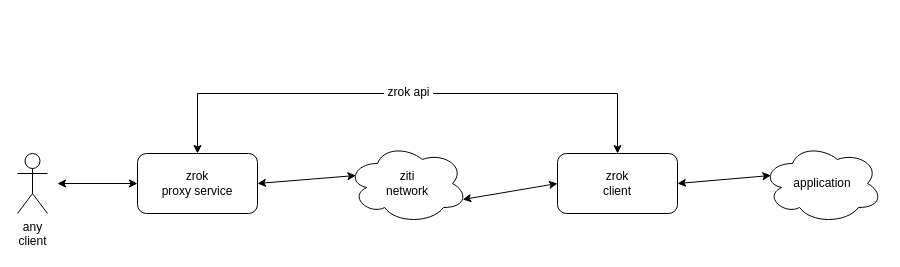
openziti/zrok keeps this draw.io diagram as docs/images/zrok.drawio. Above is the earlier version. Source tidied: cells renumbered, new cells numbered last; positions are measured from the earlier drawing's top-left corner, leaving out a move shared by most shapes. Both pictures are drawn from the tidied source at 100%, with x=0, y=0 at pixel (17, 93).
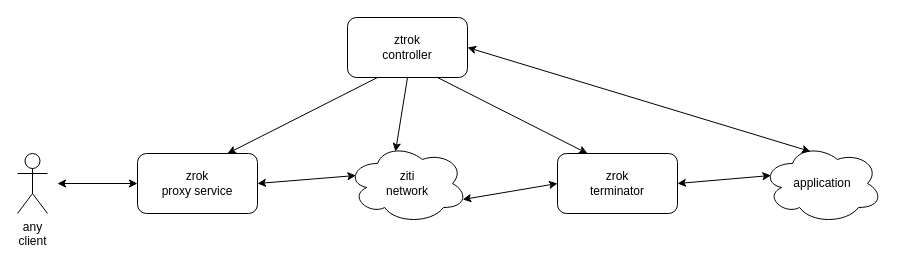
After the change.

Change to the diagram source:
```diff
@@
 <mxGraphModel>
   <root>
     <mxCell id="0" />
     <mxCell id="1" parent="0" />
     <mxCell id="2" value="ziti&lt;br&gt;network" style="ellipse;shape=cloud;whiteSpace=wrap;html=1;" parent="1" vertex="1">
       <mxGeometry x="330" y="50" width="120" height="80" as="geometry" />
     </mxCell>
-    <mxCell id="3" value="zrok&lt;br&gt;client" style="rounded=1;whiteSpace=wrap;html=1;" parent="1" vertex="1">
+    <mxCell id="3" value="zrok&lt;br&gt;terminator" style="rounded=1;whiteSpace=wrap;html=1;" parent="1" vertex="1">
       <mxGeometry x="540" y="60" width="120" height="60" as="geometry" />
     </mxCell>
     <mxCell id="4" value="application" style="ellipse;shape=cloud;whiteSpace=wrap;html=1;" parent="1" vertex="1">
       <mxGeometry x="745" y="50" width="120" height="80" as="geometry" />
     </mxCell>
     <mxCell id="5" value="zrok&lt;br&gt;proxy service" style="rounded=1;whiteSpace=wrap;html=1;" parent="1" vertex="1">
       <mxGeometry x="120" y="60" width="120" height="60" as="geometry" />
     </mxCell>
     <mxCell id="6" value="any&lt;br&gt;client" style="shape=umlActor;verticalLabelPosition=bottom;verticalAlign=top;html=1;" parent="1" vertex="1">
       <mxGeometry y="60" width="30" height="60" as="geometry" />
     </mxCell>
     <mxCell id="7" style="endArrow=classic;startArrow=classic;html=1;rounded=0;entryX=0;entryY=0.5;entryDx=0;entryDy=0;" parent="1" edge="1" target="5">
       <mxGeometry relative="1" as="geometry">
         <mxPoint x="40" y="90" as="sourcePoint" />
       </mxGeometry>
     </mxCell>
     <mxCell id="8" style="endArrow=classic;startArrow=classic;html=1;rounded=0;entryX=0.07;entryY=0.4;entryDx=0;entryDy=0;entryPerimeter=0;exitX=1;exitY=0.5;exitDx=0;exitDy=0;" parent="1" edge="1" source="5" target="2">
       <mxGeometry relative="1" as="geometry" />
     </mxCell>
     <mxCell id="9" style="endArrow=classic;startArrow=classic;html=1;rounded=0;entryX=0;entryY=0.5;entryDx=0;entryDy=0;exitX=0.96;exitY=0.7;exitDx=0;exitDy=0;exitPerimeter=0;" parent="1" edge="1" source="2" target="3">
       <mxGeometry relative="1" as="geometry" />
     </mxCell>
     <mxCell id="10" style="endArrow=classic;startArrow=classic;html=1;rounded=0;entryX=0.07;entryY=0.4;entryDx=0;entryDy=0;entryPerimeter=0;exitX=1;exitY=0.5;exitDx=0;exitDy=0;" parent="1" edge="1" source="3" target="4">
       <mxGeometry relative="1" as="geometry" />
     </mxCell>
-    <mxCell id="11" style="endArrow=classic;startArrow=classic;html=1;rounded=0;fontSize=12;exitX=0.5;exitY=0;exitDx=0;exitDy=0;entryX=0.5;entryY=0;entryDx=0;entryDy=0;" parent="1" edge="1" source="5" target="3">
-      <mxGeometry relative="1" as="geometry">
-        <Array as="points">
-          <mxPoint x="180" />
-          <mxPoint x="600" />
-        </Array>
-      </mxGeometry>
-    </mxCell>
-    <mxCell id="12" value="&amp;nbsp;zrok api&amp;nbsp;" style="edgeLabel;html=1;align=center;verticalAlign=middle;fontSize=12;" parent="11" vertex="1">
-      <mxGeometry x="0.13" y="2" relative="1" as="geometry">
-        <mxPoint x="-35" as="offset" />
-      </mxGeometry>
-    </mxCell>
+    <mxCell id="13" value="ztrok&lt;br&gt;controller" style="rounded=1;whiteSpace=wrap;html=1;" parent="1" vertex="1">
+      <mxGeometry x="330" y="-76" width="120" height="60" as="geometry" />
+    </mxCell>
+    <mxCell id="14" style="endArrow=classic;html=1;rounded=0;exitX=0.5;exitY=1;exitDx=0;exitDy=0;entryX=0.4;entryY=0.1;entryDx=0;entryDy=0;entryPerimeter=0;" parent="1" edge="1" source="13" target="2">
+      <mxGeometry relative="1" as="geometry" />
+    </mxCell>
+    <mxCell id="15" style="endArrow=classic;html=1;rounded=0;exitX=0.25;exitY=1;exitDx=0;exitDy=0;entryX=0.75;entryY=0;entryDx=0;entryDy=0;" parent="1" edge="1" source="13" target="5">
+      <mxGeometry relative="1" as="geometry" />
+    </mxCell>
+    <mxCell id="16" style="endArrow=classic;html=1;rounded=0;exitX=0.75;exitY=1;exitDx=0;exitDy=0;entryX=0.25;entryY=0;entryDx=0;entryDy=0;" parent="1" edge="1" source="13" target="3">
+      <mxGeometry relative="1" as="geometry" />
+    </mxCell>
+    <mxCell id="17" style="endArrow=classic;startArrow=classic;html=1;rounded=0;exitX=1;exitY=0.5;exitDx=0;exitDy=0;entryX=0.4;entryY=0.1;entryDx=0;entryDy=0;entryPerimeter=0;" parent="1" edge="1" source="13" target="4">
+      <mxGeometry relative="1" as="geometry" />
+    </mxCell>
   </root>
 </mxGraphModel>
```
